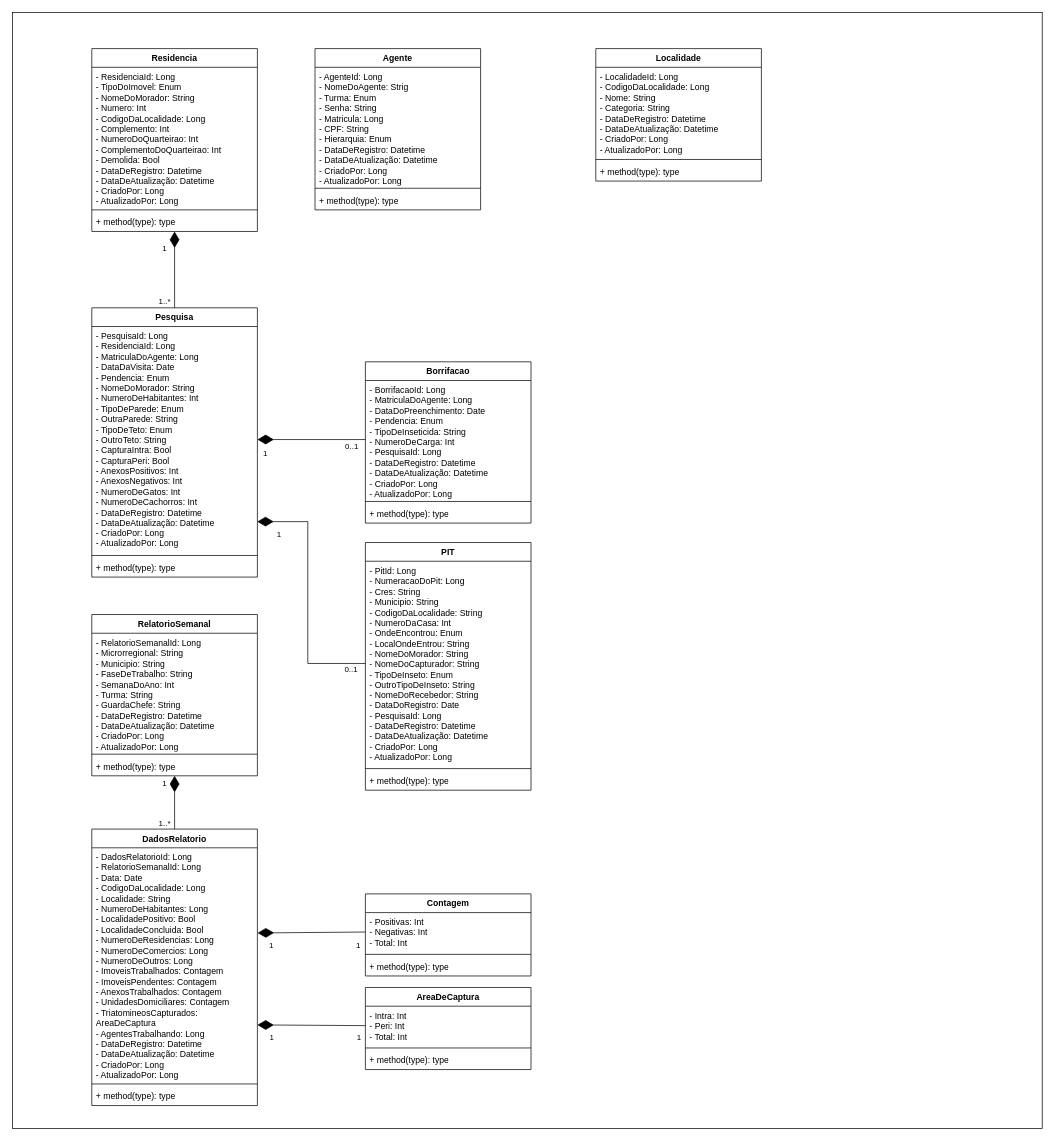
Earlier version of the draw.io diagram Diagrama de classes.drawio (Fconeto/P.I-3). Source tidied: cells renumbered, new cells numbered last; positions are measured from the earlier drawing's top-left corner, leaving out a move shared by most shapes. Both pictures are drawn from the tidied source at 72%, with x=0, y=0 at pixel (12, 12).
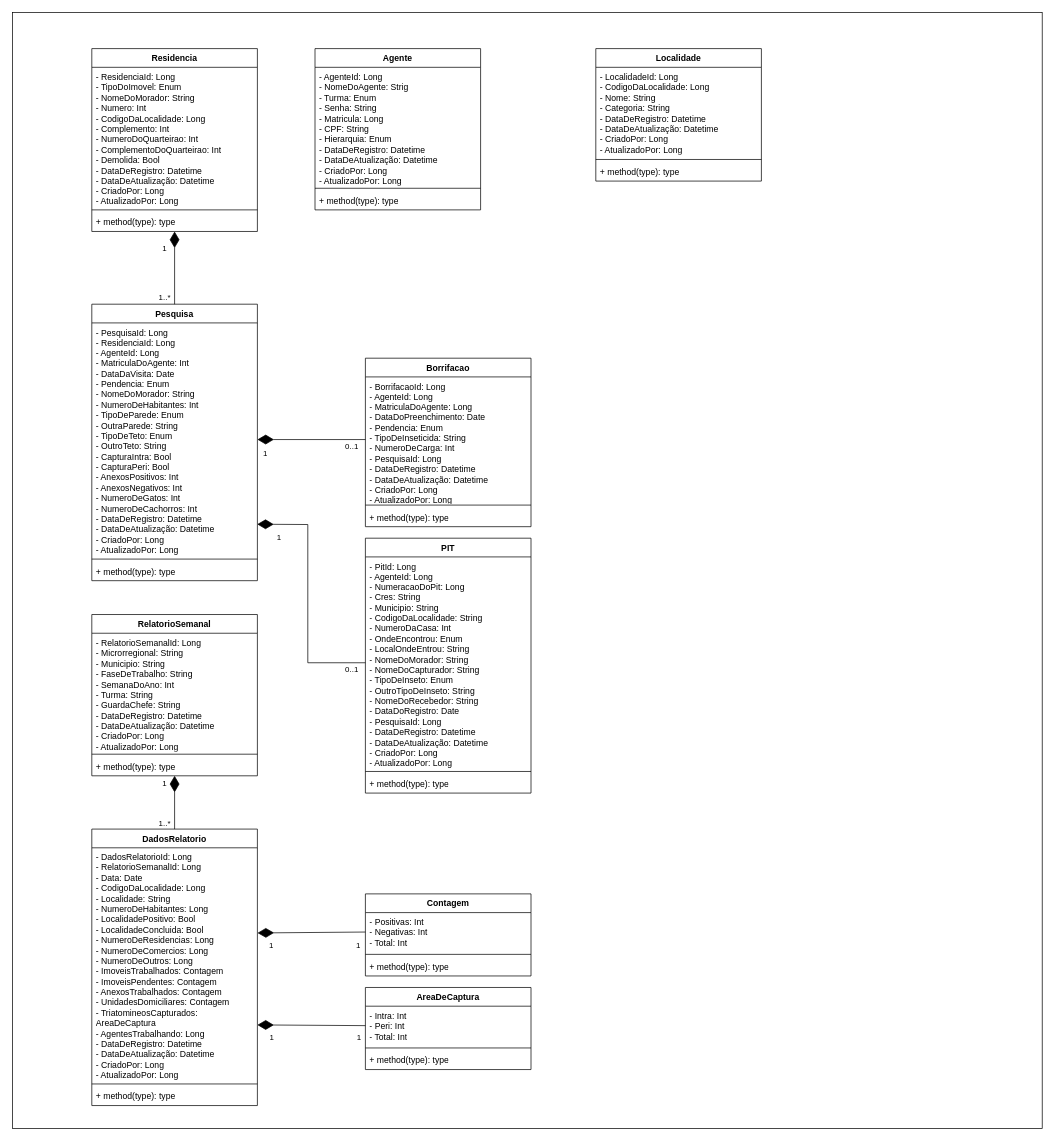
The same page after the edit.

The edit, as a diff of the source:
```diff
@@
     <mxCell id="11" value="Borrifacao" style="swimlane;fontStyle=1;align=center;verticalAlign=top;horizontal=1;startSize=26;whiteSpace=wrap;html=1;" parent="1" vertex="1">
-      <mxGeometry x="490" y="485" width="230" height="224" as="geometry" />
+      <mxGeometry x="490" y="480" width="230" height="234" as="geometry" />
     </mxCell>
-    <mxCell id="12" value="&lt;div&gt;- BorrifacaoId: Long&lt;/div&gt;&lt;div&gt;-&amp;nbsp;&lt;span style=&quot;background-color: transparent; color: light-dark(rgb(0, 0, 0), rgb(255, 255, 255));&quot;&gt;MatriculaDoAgente: Long&lt;/span&gt;&lt;/div&gt;&lt;div&gt;&lt;span style=&quot;background-color: transparent; color: light-dark(rgb(0, 0, 0), rgb(255, 255, 255));&quot;&gt;- DataDoPreenchimento: Date&lt;/span&gt;&lt;/div&gt;&lt;div&gt;&lt;span style=&quot;background-color: transparent; color: light-dark(rgb(0, 0, 0), rgb(255, 255, 255));&quot;&gt;- Pendencia: Enum&lt;/span&gt;&lt;/div&gt;&lt;div&gt;&lt;span style=&quot;background-color: transparent; color: light-dark(rgb(0, 0, 0), rgb(255, 255, 255));&quot;&gt;- TipoDeInseticida: String&lt;/span&gt;&lt;/div&gt;&lt;div&gt;&lt;span style=&quot;background-color: transparent; color: light-dark(rgb(0, 0, 0), rgb(255, 255, 255));&quot;&gt;- NumeroDeCarga: Int&lt;/span&gt;&lt;/div&gt;&lt;div&gt;&lt;span style=&quot;background-color: transparent; color: light-dark(rgb(0, 0, 0), rgb(255, 255, 255));&quot;&gt;- PesquisaId: Long&lt;/span&gt;&lt;/div&gt;&lt;div&gt;&lt;div&gt;- DataDeRegistro: Datetime&lt;/div&gt;&lt;div&gt;- DataDeAtualização: Datetime&lt;/div&gt;&lt;div&gt;- CriadoPor: Long&lt;/div&gt;&lt;div&gt;- AtualizadoPor: Long&lt;/div&gt;&lt;/div&gt;&lt;div&gt;&lt;span style=&quot;background-color: transparent; color: light-dark(rgb(0, 0, 0), rgb(255, 255, 255));&quot;&gt;&lt;br&gt;&lt;/span&gt;&lt;/div&gt;" style="text;strokeColor=none;fillColor=none;align=left;verticalAlign=top;spacingLeft=4;spacingRight=4;overflow=hidden;points=[[0,0.5],[1,0.5]];portConstraint=eastwest;whiteSpace=wrap;html=1;" parent="11" vertex="1">
-      <mxGeometry y="26" width="230" height="164" as="geometry" />
+    <mxCell id="12" value="&lt;div&gt;- BorrifacaoId: Long&lt;/div&gt;&lt;div&gt;- AgenteId: Long&lt;/div&gt;&lt;div&gt;-&amp;nbsp;&lt;span style=&quot;background-color: transparent; color: light-dark(rgb(0, 0, 0), rgb(255, 255, 255));&quot;&gt;MatriculaDoAgente: Long&lt;/span&gt;&lt;/div&gt;&lt;div&gt;&lt;span style=&quot;background-color: transparent; color: light-dark(rgb(0, 0, 0), rgb(255, 255, 255));&quot;&gt;- DataDoPreenchimento: Date&lt;/span&gt;&lt;/div&gt;&lt;div&gt;&lt;span style=&quot;background-color: transparent; color: light-dark(rgb(0, 0, 0), rgb(255, 255, 255));&quot;&gt;- Pendencia: Enum&lt;/span&gt;&lt;/div&gt;&lt;div&gt;&lt;span style=&quot;background-color: transparent; color: light-dark(rgb(0, 0, 0), rgb(255, 255, 255));&quot;&gt;- TipoDeInseticida: String&lt;/span&gt;&lt;/div&gt;&lt;div&gt;&lt;span style=&quot;background-color: transparent; color: light-dark(rgb(0, 0, 0), rgb(255, 255, 255));&quot;&gt;- NumeroDeCarga: Int&lt;/span&gt;&lt;/div&gt;&lt;div&gt;&lt;span style=&quot;background-color: transparent; color: light-dark(rgb(0, 0, 0), rgb(255, 255, 255));&quot;&gt;- PesquisaId: Long&lt;/span&gt;&lt;/div&gt;&lt;div&gt;&lt;div&gt;- DataDeRegistro: Datetime&lt;/div&gt;&lt;div&gt;- DataDeAtualização: Datetime&lt;/div&gt;&lt;div&gt;- CriadoPor: Long&lt;/div&gt;&lt;div&gt;- AtualizadoPor: Long&lt;/div&gt;&lt;/div&gt;&lt;div&gt;&lt;span style=&quot;background-color: transparent; color: light-dark(rgb(0, 0, 0), rgb(255, 255, 255));&quot;&gt;&lt;br&gt;&lt;/span&gt;&lt;/div&gt;" style="text;strokeColor=none;fillColor=none;align=left;verticalAlign=top;spacingLeft=4;spacingRight=4;overflow=hidden;points=[[0,0.5],[1,0.5]];portConstraint=eastwest;whiteSpace=wrap;html=1;" parent="11" vertex="1">
+      <mxGeometry y="26" width="230" height="174" as="geometry" />
     </mxCell>
     <mxCell id="13" style="line;strokeWidth=1;fillColor=none;align=left;verticalAlign=middle;spacingTop=-1;spacingLeft=3;spacingRight=3;labelPosition=right;strokeColor=inherit;" parent="11" vertex="1">
-      <mxGeometry y="190" width="230" height="8" as="geometry" />
+      <mxGeometry y="200" width="230" height="8" as="geometry" />
     </mxCell>
     <mxCell id="14" value="+ method(type): type" style="text;strokeColor=none;fillColor=none;align=left;verticalAlign=top;spacingLeft=4;spacingRight=4;overflow=hidden;whiteSpace=wrap;html=1;" parent="11" vertex="1">
-      <mxGeometry y="198" width="230" height="26" as="geometry" />
+      <mxGeometry y="208" width="230" height="26" as="geometry" />
     </mxCell>
     <mxCell id="15" value="Pesquisa" style="swimlane;fontStyle=1;align=center;verticalAlign=top;horizontal=1;startSize=26;whiteSpace=wrap;html=1;" parent="1" vertex="1">
-      <mxGeometry x="110" y="410" width="230" height="374" as="geometry" />
+      <mxGeometry x="110" y="405" width="230" height="384" as="geometry" />
     </mxCell>
-    <mxCell id="16" value="&lt;div&gt;- PesquisaId: Long&lt;/div&gt;&lt;div&gt;- ResidenciaId: Long&lt;/div&gt;&lt;div&gt;- MatriculaDoAgente: Long&lt;/div&gt;&lt;div&gt;- DataDaVisita: Date&lt;/div&gt;&lt;div&gt;&lt;span style=&quot;background-color: transparent; color: light-dark(rgb(0, 0, 0), rgb(255, 255, 255));&quot;&gt;- Pendencia: Enum&lt;/span&gt;&lt;/div&gt;&lt;div&gt;- NomeDoMorador: String&lt;/div&gt;&lt;div&gt;- NumeroDeHabitantes: Int&lt;/div&gt;&lt;div&gt;- TipoDeParede: Enum&lt;/div&gt;&lt;div&gt;- OutraParede: String&lt;/div&gt;&lt;div&gt;- TipoDeTeto: Enum&lt;/div&gt;&lt;div&gt;- OutroTeto: String&lt;/div&gt;&lt;div&gt;- CapturaIntra: Bool&lt;/div&gt;&lt;div&gt;- CapturaPeri: Bool&lt;/div&gt;&lt;div&gt;- AnexosPositivos: Int&lt;/div&gt;&lt;div&gt;- AnexosNegativos: Int&lt;/div&gt;&lt;div&gt;- NumeroDeGatos: Int&lt;/div&gt;&lt;div&gt;- NumeroDeCachorros: Int&lt;/div&gt;&lt;div&gt;&lt;div&gt;- DataDeRegistro: Datetime&lt;/div&gt;&lt;div&gt;- DataDeAtualização: Datetime&lt;/div&gt;&lt;div&gt;- CriadoPor: Long&lt;/div&gt;&lt;div&gt;- AtualizadoPor: Long&lt;/div&gt;&lt;/div&gt;" style="text;strokeColor=none;fillColor=none;align=left;verticalAlign=top;spacingLeft=4;spacingRight=4;overflow=hidden;points=[[0,0.5],[1,0.5]];portConstraint=eastwest;whiteSpace=wrap;html=1;" parent="15" vertex="1">
-      <mxGeometry y="26" width="230" height="314" as="geometry" />
+    <mxCell id="16" value="&lt;div&gt;- PesquisaId: Long&lt;/div&gt;&lt;div&gt;- ResidenciaId: Long&lt;/div&gt;&lt;div&gt;- AgenteId: Long&lt;/div&gt;&lt;div&gt;- MatriculaDoAgente: Int&lt;/div&gt;&lt;div&gt;- DataDaVisita: Date&lt;/div&gt;&lt;div&gt;&lt;span style=&quot;background-color: transparent; color: light-dark(rgb(0, 0, 0), rgb(255, 255, 255));&quot;&gt;- Pendencia: Enum&lt;/span&gt;&lt;/div&gt;&lt;div&gt;- NomeDoMorador: String&lt;/div&gt;&lt;div&gt;- NumeroDeHabitantes: Int&lt;/div&gt;&lt;div&gt;- TipoDeParede: Enum&lt;/div&gt;&lt;div&gt;- OutraParede: String&lt;/div&gt;&lt;div&gt;- TipoDeTeto: Enum&lt;/div&gt;&lt;div&gt;- OutroTeto: String&lt;/div&gt;&lt;div&gt;- CapturaIntra: Bool&lt;/div&gt;&lt;div&gt;- CapturaPeri: Bool&lt;/div&gt;&lt;div&gt;- AnexosPositivos: Int&lt;/div&gt;&lt;div&gt;- AnexosNegativos: Int&lt;/div&gt;&lt;div&gt;- NumeroDeGatos: Int&lt;/div&gt;&lt;div&gt;- NumeroDeCachorros: Int&lt;/div&gt;&lt;div&gt;&lt;div&gt;- DataDeRegistro: Datetime&lt;/div&gt;&lt;div&gt;- DataDeAtualização: Datetime&lt;/div&gt;&lt;div&gt;- CriadoPor: Long&lt;/div&gt;&lt;div&gt;- AtualizadoPor: Long&lt;/div&gt;&lt;/div&gt;" style="text;strokeColor=none;fillColor=none;align=left;verticalAlign=top;spacingLeft=4;spacingRight=4;overflow=hidden;points=[[0,0.5],[1,0.5]];portConstraint=eastwest;whiteSpace=wrap;html=1;" parent="15" vertex="1">
+      <mxGeometry y="26" width="230" height="324" as="geometry" />
     </mxCell>
     <mxCell id="17" style="line;strokeWidth=1;fillColor=none;align=left;verticalAlign=middle;spacingTop=-1;spacingLeft=3;spacingRight=3;labelPosition=right;strokeColor=inherit;" parent="15" vertex="1">
-      <mxGeometry y="340" width="230" height="8" as="geometry" />
+      <mxGeometry y="350" width="230" height="8" as="geometry" />
     </mxCell>
     <mxCell id="18" value="+ method(type): type" style="text;strokeColor=none;fillColor=none;align=left;verticalAlign=top;spacingLeft=4;spacingRight=4;overflow=hidden;whiteSpace=wrap;html=1;" parent="15" vertex="1">
-      <mxGeometry y="348" width="230" height="26" as="geometry" />
+      <mxGeometry y="358" width="230" height="26" as="geometry" />
     </mxCell>
@@
     <mxCell id="27" value="PIT" style="swimlane;fontStyle=1;align=center;verticalAlign=top;horizontal=1;startSize=26;whiteSpace=wrap;html=1;" parent="1" vertex="1">
-      <mxGeometry x="490" y="736" width="230" height="344" as="geometry" />
+      <mxGeometry x="490" y="730" width="230" height="354" as="geometry" />
     </mxCell>
-    <mxCell id="28" value="&lt;div&gt;- PitId: Long&lt;/div&gt;&lt;div&gt;- NumeracaoDoPit: Long&lt;/div&gt;&lt;div&gt;- Cres: String&lt;/div&gt;&lt;div&gt;- Municipio: String&lt;/div&gt;&lt;div&gt;-&amp;nbsp;&lt;span style=&quot;background-color: transparent; color: light-dark(rgb(0, 0, 0), rgb(255, 255, 255));&quot;&gt;CodigoDaLocalidade: String&lt;/span&gt;&lt;/div&gt;&lt;div&gt;- NumeroDaCasa: Int&lt;/div&gt;&lt;div&gt;- OndeEncontrou: Enum&lt;/div&gt;&lt;div&gt;- LocalOndeEntrou: String&lt;/div&gt;&lt;div&gt;- NomeDoMorador: String&lt;/div&gt;&lt;div&gt;- NomeDoCapturador: String&lt;/div&gt;&lt;div&gt;- TipoDeInseto: Enum&lt;/div&gt;&lt;div&gt;- OutroTipoDeInseto: String&lt;/div&gt;&lt;div&gt;- NomeDoRecebedor: String&lt;/div&gt;&lt;div&gt;- DataDoRegistro: Date&lt;/div&gt;&lt;div&gt;- PesquisaId: Long&lt;/div&gt;&lt;div&gt;&lt;div&gt;- DataDeRegistro: Datetime&lt;/div&gt;&lt;div&gt;- DataDeAtualização: Datetime&lt;/div&gt;&lt;div&gt;- CriadoPor: Long&lt;/div&gt;&lt;div&gt;- AtualizadoPor: Long&lt;/div&gt;&lt;/div&gt;" style="text;strokeColor=none;fillColor=none;align=left;verticalAlign=top;spacingLeft=4;spacingRight=4;overflow=hidden;points=[[0,0.5],[1,0.5]];portConstraint=eastwest;whiteSpace=wrap;html=1;" parent="27" vertex="1">
-      <mxGeometry y="26" width="230" height="284" as="geometry" />
+    <mxCell id="28" value="&lt;div&gt;- PitId: Long&lt;/div&gt;&lt;div&gt;- AgenteId: Long&lt;/div&gt;&lt;div&gt;- NumeracaoDoPit: Long&lt;/div&gt;&lt;div&gt;- Cres: String&lt;/div&gt;&lt;div&gt;- Municipio: String&lt;/div&gt;&lt;div&gt;-&amp;nbsp;&lt;span style=&quot;background-color: transparent; color: light-dark(rgb(0, 0, 0), rgb(255, 255, 255));&quot;&gt;CodigoDaLocalidade: String&lt;/span&gt;&lt;/div&gt;&lt;div&gt;- NumeroDaCasa: Int&lt;/div&gt;&lt;div&gt;- OndeEncontrou: Enum&lt;/div&gt;&lt;div&gt;- LocalOndeEntrou: String&lt;/div&gt;&lt;div&gt;- NomeDoMorador: String&lt;/div&gt;&lt;div&gt;- NomeDoCapturador: String&lt;/div&gt;&lt;div&gt;- TipoDeInseto: Enum&lt;/div&gt;&lt;div&gt;- OutroTipoDeInseto: String&lt;/div&gt;&lt;div&gt;- NomeDoRecebedor: String&lt;/div&gt;&lt;div&gt;- DataDoRegistro: Date&lt;/div&gt;&lt;div&gt;- PesquisaId: Long&lt;/div&gt;&lt;div&gt;&lt;div&gt;- DataDeRegistro: Datetime&lt;/div&gt;&lt;div&gt;- DataDeAtualização: Datetime&lt;/div&gt;&lt;div&gt;- CriadoPor: Long&lt;/div&gt;&lt;div&gt;- AtualizadoPor: Long&lt;/div&gt;&lt;/div&gt;" style="text;strokeColor=none;fillColor=none;align=left;verticalAlign=top;spacingLeft=4;spacingRight=4;overflow=hidden;points=[[0,0.5],[1,0.5]];portConstraint=eastwest;whiteSpace=wrap;html=1;" parent="27" vertex="1">
+      <mxGeometry y="26" width="230" height="294" as="geometry" />
     </mxCell>
     <mxCell id="29" style="line;strokeWidth=1;fillColor=none;align=left;verticalAlign=middle;spacingTop=-1;spacingLeft=3;spacingRight=3;labelPosition=right;strokeColor=inherit;" parent="27" vertex="1">
-      <mxGeometry y="310" width="230" height="8" as="geometry" />
+      <mxGeometry y="320" width="230" height="8" as="geometry" />
     </mxCell>
     <mxCell id="30" value="+ method(type): type" style="text;strokeColor=none;fillColor=none;align=left;verticalAlign=top;spacingLeft=4;spacingRight=4;overflow=hidden;whiteSpace=wrap;html=1;" parent="27" vertex="1">
-      <mxGeometry y="318" width="230" height="26" as="geometry" />
+      <mxGeometry y="328" width="230" height="26" as="geometry" />
     </mxCell>
@@
     <mxCell id="45" style="endArrow=diamondThin;html=1;rounded=0;exitX=0;exitY=0.5;exitDx=0;exitDy=0;endFill=1;endSize=20;entryX=0.999;entryY=0.863;entryDx=0;entryDy=0;entryPerimeter=0;" parent="1" edge="1" source="28" target="16">
       <mxGeometry relative="1" as="geometry">
         <Array as="points">
-          <mxPoint x="410" y="904" />
-          <mxPoint x="410" y="707" />
+          <mxPoint x="410" y="903" />
+          <mxPoint x="410" y="711" />
         </Array>
       </mxGeometry>
     </mxCell>
```
